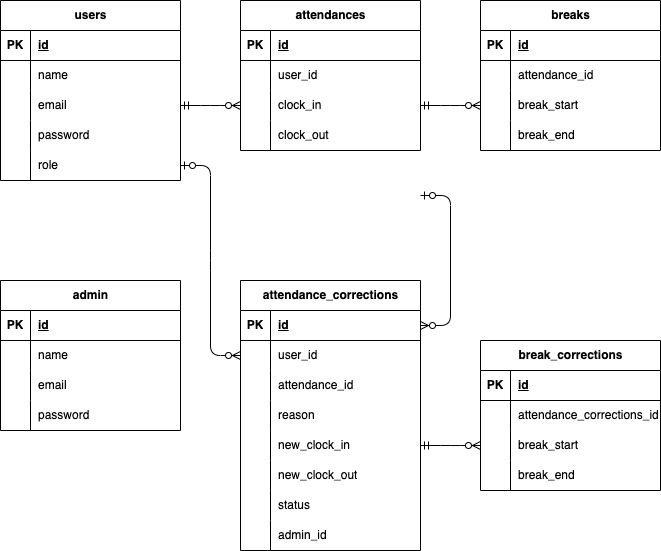
Earlier version of the draw.io export src/ER.drawio.png (takuyakurikuri/attendanceManagement). Source tidied: cells renumbered, new cells last; positions are measured from the earlier drawing's top-left corner, leaving out a move shared by most shapes.
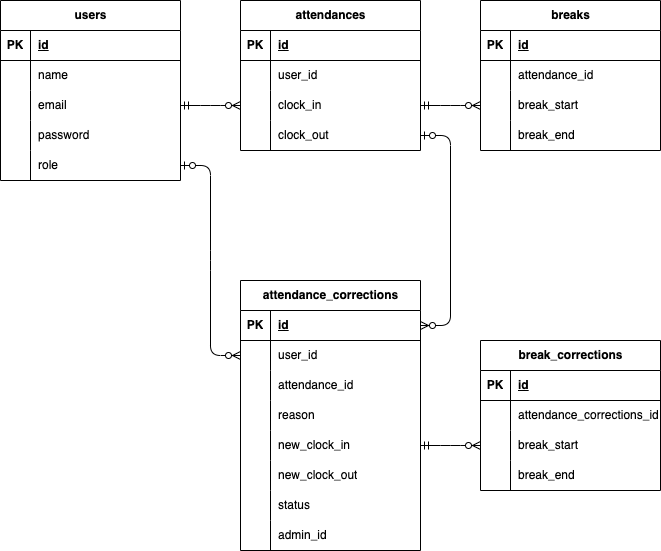
The same diagram one commit later.

What changed in the source:
```diff
@@ -258,49 +258,12 @@
     <mxCell id="85" style="edgeStyle=entityRelationEdgeStyle;fontSize=12;html=1;endArrow=ERzeroToMany;startArrow=ERzeroToOne;exitX=1;exitY=0.5;exitDx=0;exitDy=0;entryX=0;entryY=0.5;entryDx=0;entryDy=0;" parent="1" edge="1" source="15" target="48">
       <mxGeometry relative="1" as="geometry" />
     </mxCell>
-    <mxCell id="86" style="edgeStyle=entityRelationEdgeStyle;fontSize=12;html=1;endArrow=ERzeroToMany;startArrow=ERzeroToOne;exitX=1;exitY=0.5;exitDx=0;exitDy=0;entryX=1;entryY=0.5;entryDx=0;entryDy=0;" parent="1" edge="1" target="45">
+    <mxCell id="86" style="edgeStyle=entityRelationEdgeStyle;fontSize=12;html=1;endArrow=ERzeroToMany;startArrow=ERzeroToOne;exitX=1;exitY=0.5;exitDx=0;exitDy=0;entryX=1;entryY=0.5;entryDx=0;entryDy=0;" parent="1" edge="1" source="28" target="45">
       <mxGeometry relative="1" as="geometry">
-        <mxPoint x="420" y="195" as="sourcePoint" />
+        <Array as="points">
+          <mxPoint x="433" y="128" />
+        </Array>
       </mxGeometry>
     </mxCell>
-    <mxCell id="87" value="admin" style="shape=table;startSize=30;rowLines=0;fontStyle=1;align=center;html=1;" parent="1" vertex="1">
-      <mxGeometry y="280" width="180" height="150" as="geometry" />
-    </mxCell>
-    <mxCell id="88" style="shape=tableRow;horizontal=0;startSize=0;swimlaneHead=0;swimlaneBody=0;fillColor=none;top=0;left=0;right=0;bottom=1;" parent="87" vertex="1">
-      <mxGeometry y="30" width="180" height="30" as="geometry" />
-    </mxCell>
-    <mxCell id="89" value="PK" style="shape=partialRectangle;fillColor=none;top=0;left=0;bottom=0;right=0;fontStyle=1;overflow=hidden;whiteSpace=wrap;html=1;" parent="88" vertex="1">
-      <mxGeometry width="30" height="30" as="geometry" />
-    </mxCell>
-    <mxCell id="90" value="id" style="shape=partialRectangle;fillColor=none;top=0;left=0;bottom=0;right=0;align=left;spacingLeft=6;fontStyle=5;overflow=hidden;whiteSpace=wrap;html=1;" parent="88" vertex="1">
-      <mxGeometry x="30" width="150" height="30" as="geometry" />
-    </mxCell>
-    <mxCell id="91" style="shape=tableRow;horizontal=0;startSize=0;swimlaneHead=0;swimlaneBody=0;fillColor=none;top=0;left=0;right=0;bottom=0;" parent="87" vertex="1">
-      <mxGeometry y="60" width="180" height="30" as="geometry" />
-    </mxCell>
-    <mxCell id="92" style="shape=partialRectangle;fillColor=none;top=0;left=0;bottom=0;right=0;overflow=hidden;whiteSpace=wrap;html=1;" parent="91" vertex="1">
-      <mxGeometry width="30" height="30" as="geometry" />
-    </mxCell>
-    <mxCell id="93" value="name" style="shape=partialRectangle;fillColor=none;top=0;left=0;bottom=0;right=0;align=left;spacingLeft=6;overflow=hidden;whiteSpace=wrap;html=1;" parent="91" vertex="1">
-      <mxGeometry x="30" width="150" height="30" as="geometry" />
-    </mxCell>
-    <mxCell id="94" style="shape=tableRow;horizontal=0;startSize=0;swimlaneHead=0;swimlaneBody=0;fillColor=none;top=0;left=0;right=0;bottom=0;" parent="87" vertex="1">
-      <mxGeometry y="90" width="180" height="30" as="geometry" />
-    </mxCell>
-    <mxCell id="95" style="shape=partialRectangle;fillColor=none;top=0;left=0;bottom=0;right=0;overflow=hidden;whiteSpace=wrap;html=1;" parent="94" vertex="1">
-      <mxGeometry width="30" height="30" as="geometry" />
-    </mxCell>
-    <mxCell id="96" value="email" style="shape=partialRectangle;fillColor=none;top=0;left=0;bottom=0;right=0;align=left;spacingLeft=6;overflow=hidden;whiteSpace=wrap;html=1;" parent="94" vertex="1">
-      <mxGeometry x="30" width="150" height="30" as="geometry" />
-    </mxCell>
-    <mxCell id="97" style="shape=tableRow;horizontal=0;startSize=0;swimlaneHead=0;swimlaneBody=0;fillColor=none;top=0;left=0;right=0;bottom=0;" parent="87" vertex="1">
-      <mxGeometry y="120" width="180" height="30" as="geometry" />
-    </mxCell>
-    <mxCell id="98" style="shape=partialRectangle;fillColor=none;top=0;left=0;bottom=0;right=0;overflow=hidden;whiteSpace=wrap;html=1;" parent="97" vertex="1">
-      <mxGeometry width="30" height="30" as="geometry" />
-    </mxCell>
-    <mxCell id="99" value="password" style="shape=partialRectangle;fillColor=none;top=0;left=0;bottom=0;right=0;align=left;spacingLeft=6;overflow=hidden;whiteSpace=wrap;html=1;" parent="97" vertex="1">
-      <mxGeometry x="30" width="150" height="30" as="geometry" />
-    </mxCell>
   </root>
 </mxGraphModel>
```
